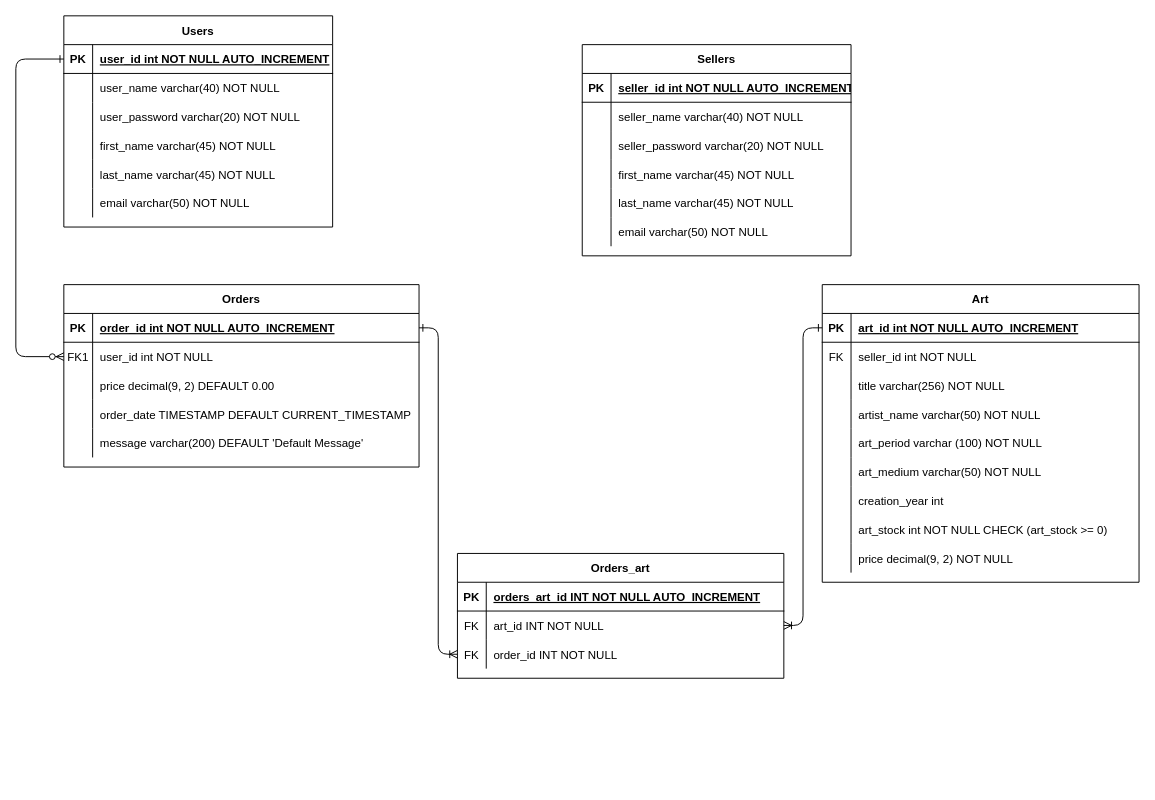
The draw.io diagram Additional Files/ERD Diagram/Final Project ERD.drawio in DaltonCash/PT-Final-Project, before the edit. Source tidied: cells renumbered, new cells numbered last; positions are measured from the earlier drawing's top-left corner, leaving out a move shared by most shapes. Both pictures are drawn from the tidied source at 96%, with x=0, y=0 at pixel (15, 15).
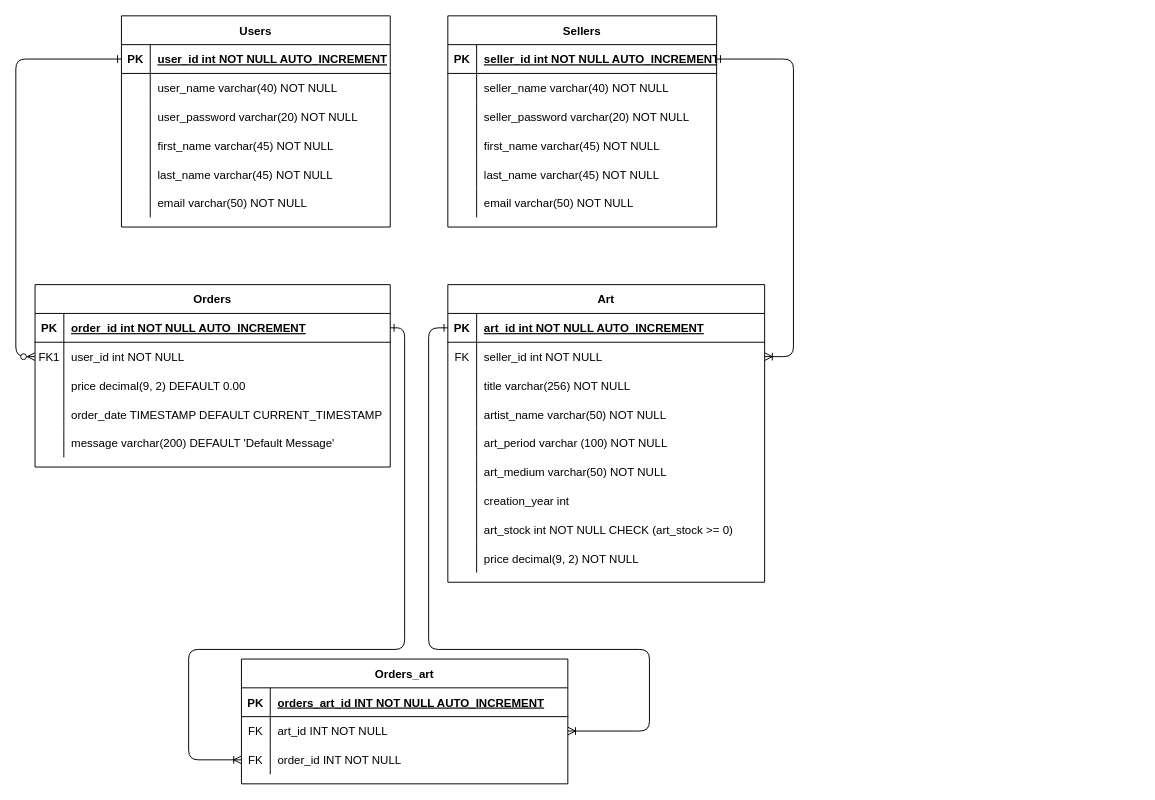
After the change.

Unchanged cells that the change refers to:
```xml
<mxCell id="3" style="shape=partialRectangle;fillColor=none;points=[[0,0.5],[1,0.5]];portConstraint=eastwest;top=0;left=0;right=0;bottom=1;" parent="2" vertex="1">
  <mxGeometry y="30" width="370" height="30" as="geometry" />
</mxCell>
<mxCell id="19" style="shape=partialRectangle;fillColor=none;points=[[0,0.5],[1,0.5]];portConstraint=eastwest;top=0;left=0;right=0;bottom=1;" parent="18" vertex="1">
  <mxGeometry y="30" width="330" height="30" as="geometry" />
</mxCell>
<mxCell id="22" style="shape=tableRow;horizontal=0;startSize=0;swimlaneHead=0;swimlaneBody=0;fillColor=none;points=[[0,0.5],[1,0.5]];portConstraint=eastwest;top=0;left=0;right=0;bottom=0;" parent="18" vertex="1">
  <mxGeometry y="60" width="330" height="30" as="geometry" />
</mxCell>
<mxCell id="69" style="shape=tableRow;horizontal=0;startSize=0;swimlaneHead=0;swimlaneBody=0;fillColor=none;points=[[0,0.5],[1,0.5]];portConstraint=eastwest;top=0;left=0;right=0;bottom=0;" parent="65" vertex="1">
  <mxGeometry y="60" width="340" height="30" as="geometry" />
</mxCell>
<mxCell id="72" style="shape=tableRow;horizontal=0;startSize=0;swimlaneHead=0;swimlaneBody=0;fillColor=none;points=[[0,0.5],[1,0.5]];portConstraint=eastwest;top=0;left=0;right=0;bottom=0;" parent="65" vertex="1">
  <mxGeometry y="90" width="340" height="30" as="geometry" />
</mxCell>
<mxCell id="79" style="shape=partialRectangle;fillColor=none;points=[[0,0.5],[1,0.5]];portConstraint=eastwest;top=0;left=0;right=0;bottom=1;" parent="78" vertex="1">
  <mxGeometry y="30" width="280" height="30" as="geometry" />
</mxCell>
```

The edit, as a diff of the source:
```diff
@@
     <mxCell id="2" value="Orders" style="shape=table;startSize=30;childLayout=tableLayout;rowLines=0;fontStyle=1;align=center;" parent="1" vertex="1">
-      <mxGeometry x="50" y="280" width="370" height="190" as="geometry" />
+      <mxGeometry x="20" y="280" width="370" height="190" as="geometry" />
     </mxCell>
@@
     <mxCell id="18" value="Art" style="shape=table;startSize=30;childLayout=tableLayout;rowLines=0;fontStyle=1;align=center;" parent="1" vertex="1">
-      <mxGeometry x="840" y="280" width="330" height="310" as="geometry" />
+      <mxGeometry x="450" y="280" width="330" height="310" as="geometry" />
     </mxCell>
@@
     <mxCell id="46" value="Users" style="shape=table;startSize=30;childLayout=tableLayout;rowLines=0;fontStyle=1;align=center;" parent="1" vertex="1">
-      <mxGeometry x="50" width="280" height="220" as="geometry" />
+      <mxGeometry x="110" width="280" height="220" as="geometry" />
     </mxCell>
@@
     <mxCell id="65" value="Orders_art" style="shape=table;startSize=30;childLayout=tableLayout;rowLines=0;fontStyle=1;align=center;" parent="1" vertex="1">
-      <mxGeometry x="460" y="560" width="340" height="130" as="geometry" />
+      <mxGeometry x="235" y="670" width="340" height="130" as="geometry" />
     </mxCell>
@@
     <mxCell id="75" style="edgeStyle=orthogonalEdgeStyle;fontSize=12;html=1;endArrow=ERoneToMany;rounded=1;exitX=1;exitY=0.5;exitDx=0;exitDy=0;entryX=0;entryY=0.5;entryDx=0;entryDy=0;startArrow=ERone;startFill=0;" parent="1" edge="1" source="3" target="72">
       <mxGeometry relative="1" as="geometry">
         <Array as="points">
-          <mxPoint x="440" y="325" />
-          <mxPoint x="440" y="665" />
+          <mxPoint x="405" y="325" />
+          <mxPoint x="405" y="660" />
+          <mxPoint x="180" y="660" />
+          <mxPoint x="180" y="775" />
         </Array>
       </mxGeometry>
     </mxCell>
-    <mxCell id="76" style="edgeStyle=orthogonalEdgeStyle;fontSize=12;html=1;endArrow=ERoneToMany;rounded=1;exitX=0;exitY=0.5;exitDx=0;exitDy=0;startArrow=ERone;startFill=0;" parent="1" edge="1" source="19" target="69">
+    <mxCell id="76" style="edgeStyle=orthogonalEdgeStyle;fontSize=12;html=1;endArrow=ERoneToMany;rounded=1;exitX=0;exitY=0.5;exitDx=0;exitDy=0;startArrow=ERone;startFill=0;entryX=1;entryY=0.5;entryDx=0;entryDy=0;" parent="1" edge="1" source="19" target="69">
       <mxGeometry relative="1" as="geometry">
         <Array as="points">
-          <mxPoint x="820" y="325" />
-          <mxPoint x="820" y="635" />
+          <mxPoint x="430" y="325" />
+          <mxPoint x="430" y="660" />
+          <mxPoint x="660" y="660" />
+          <mxPoint x="660" y="745" />
         </Array>
       </mxGeometry>
     </mxCell>
@@
     <mxCell id="78" value="Sellers" style="shape=table;startSize=30;childLayout=tableLayout;rowLines=0;fontStyle=1;align=center;" parent="1" vertex="1">
-      <mxGeometry x="590" y="30" width="280" height="220" as="geometry" />
+      <mxGeometry x="450" width="280" height="220" as="geometry" />
     </mxCell>
@@
+    <mxCell id="97" style="edgeStyle=orthogonalEdgeStyle;fontSize=12;html=1;endArrow=ERoneToMany;rounded=1;exitX=1;exitY=0.5;exitDx=0;exitDy=0;startArrow=ERone;startFill=0;entryX=1;entryY=0.5;entryDx=0;entryDy=0;" parent="1" edge="1" source="79" target="22">
+      <mxGeometry relative="1" as="geometry">
+        <Array as="points">
+          <mxPoint x="810" y="45" />
+          <mxPoint x="810" y="355" />
+        </Array>
+      </mxGeometry>
+    </mxCell>
```
